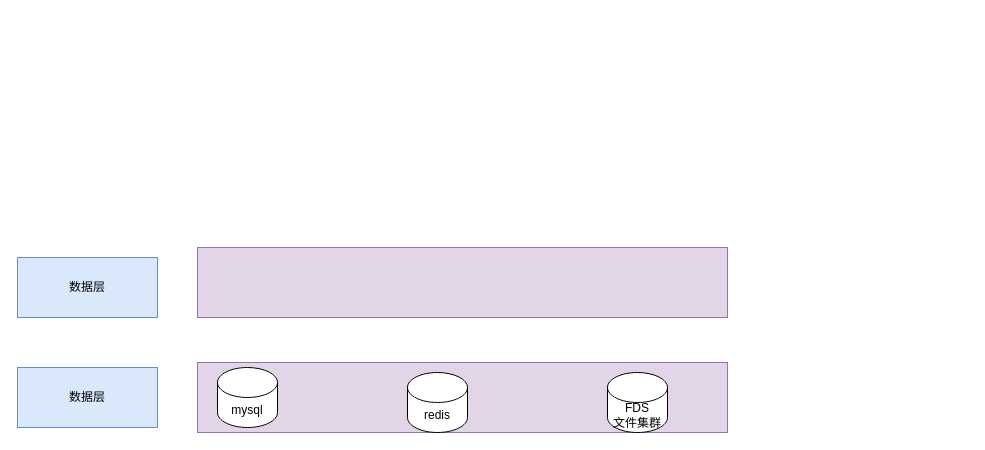
The draw.io diagram picture/xintong.drawio in cruecrue/javastudy, before the edit. Source tidied: cells renumbered, new cells numbered last; positions are measured from the earlier drawing's top-left corner, leaving out a move shared by most shapes. Both pictures are drawn from the tidied source at 100%, with x=0, y=0 at pixel (17, 247).
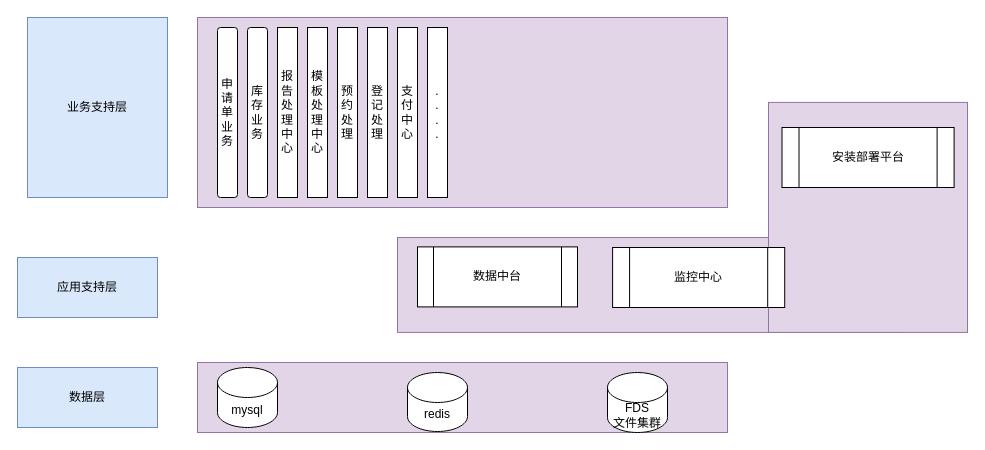
Above is the later version.

Diff of the diagram source:
```diff
@@
+    <mxCell id="9" style="group;" parent="1" vertex="1">
+      <mxGeometry x="380" y="-145.1" width="570" height="230" as="geometry" />
+    </mxCell>
+    <mxCell id="8" style="rounded=0;whiteSpace=wrap;html=1;fillColor=#e1d5e7;strokeColor=#9673a6;" parent="9" vertex="1">
+      <mxGeometry y="135.1" width="505.5" height="94.9" as="geometry" />
+    </mxCell>
+    <mxCell id="10" style="rounded=0;whiteSpace=wrap;html=1;fillColor=#e1d5e7;strokeColor=#9673a6;" parent="9" vertex="1">
+      <mxGeometry x="371" width="199" height="230" as="geometry" />
+    </mxCell>
+    <mxCell id="11" value="监控中心" style="shape=process;whiteSpace=wrap;html=1;backgroundOutline=1;" parent="9" vertex="1">
+      <mxGeometry x="215.1" y="145.1" width="172.1" height="60" as="geometry" />
+    </mxCell>
+    <mxCell id="12" value="安装部署平台" style="shape=process;whiteSpace=wrap;html=1;backgroundOutline=1;" parent="9" vertex="1">
+      <mxGeometry x="384.5" y="25.1" width="172.1" height="60" as="geometry" />
+    </mxCell>
@@
     <mxCell id="5" value="redis" style="shape=cylinder3;whiteSpace=wrap;html=1;boundedLbl=1;backgroundOutline=1;size=15;" parent="1" vertex="1">
-      <mxGeometry x="390" y="125" width="60" height="60" as="geometry" />
+      <mxGeometry x="390" y="125" width="60" height="59" as="geometry" />
     </mxCell>
@@
-    <mxCell id="7" value="数据层" style="rounded=0;whiteSpace=wrap;html=1;fillColor=#dae8fc;strokeColor=#6c8ebf;" parent="1" vertex="1">
+    <mxCell id="7" value="应用支持层" style="rounded=0;whiteSpace=wrap;html=1;fillColor=#dae8fc;strokeColor=#6c8ebf;" parent="1" vertex="1">
       <mxGeometry y="10" width="140" height="60" as="geometry" />
     </mxCell>
-    <mxCell id="8" style="rounded=0;whiteSpace=wrap;html=1;fillColor=#e1d5e7;strokeColor=#9673a6;" parent="1" vertex="1">
-      <mxGeometry x="180" width="530" height="70" as="geometry" />
-    </mxCell>
+    <mxCell id="13" style="rounded=0;whiteSpace=wrap;html=1;fillColor=#e1d5e7;strokeColor=#9673a6;" parent="1" vertex="1">
+      <mxGeometry x="180" y="-230" width="530" height="190" as="geometry" />
+    </mxCell>
+    <mxCell id="14" value="数据中台" style="shape=process;whiteSpace=wrap;html=1;backgroundOutline=1;" parent="1" vertex="1">
+      <mxGeometry x="400" y="-0.6" width="160" height="60" as="geometry" />
+    </mxCell>
+    <mxCell id="15" value="业务支持层" style="rounded=0;whiteSpace=wrap;html=1;fillColor=#dae8fc;strokeColor=#6c8ebf;" parent="1" vertex="1">
+      <mxGeometry x="10" y="-230" width="140" height="180" as="geometry" />
+    </mxCell>
+    <mxCell id="16" value="申请单业务" style="rounded=1;whiteSpace=wrap;html=1;" parent="1" vertex="1">
+      <mxGeometry x="200" y="-220" width="20" height="170" as="geometry" />
+    </mxCell>
+    <mxCell id="17" value="库存&lt;br&gt;业务" style="rounded=1;whiteSpace=wrap;html=1;" parent="1" vertex="1">
+      <mxGeometry x="230" y="-220" width="20" height="170" as="geometry" />
+    </mxCell>
+    <mxCell id="18" value="报告处理中心" style="rounded=1;whiteSpace=wrap;html=1;arcSize=0;" parent="1" vertex="1">
+      <mxGeometry x="260" y="-220" width="20" height="170" as="geometry" />
+    </mxCell>
+    <mxCell id="19" value="模板处理中心" style="rounded=1;whiteSpace=wrap;html=1;arcSize=0;" parent="1" vertex="1">
+      <mxGeometry x="290" y="-220" width="20" height="170" as="geometry" />
+    </mxCell>
+    <mxCell id="20" value="预约处理" style="rounded=1;whiteSpace=wrap;html=1;arcSize=0;" parent="1" vertex="1">
+      <mxGeometry x="320" y="-220" width="20" height="170" as="geometry" />
+    </mxCell>
+    <mxCell id="21" value="登记处理" style="rounded=1;whiteSpace=wrap;html=1;arcSize=0;" parent="1" vertex="1">
+      <mxGeometry x="350" y="-220" width="20" height="170" as="geometry" />
+    </mxCell>
+    <mxCell id="22" value="支付中心" style="rounded=1;whiteSpace=wrap;html=1;arcSize=0;" parent="1" vertex="1">
+      <mxGeometry x="380" y="-220" width="20" height="170" as="geometry" />
+    </mxCell>
+    <mxCell id="23" value=".&lt;br&gt;.&lt;br&gt;.&lt;br&gt;." style="rounded=1;whiteSpace=wrap;html=1;arcSize=0;" parent="1" vertex="1">
+      <mxGeometry x="410" y="-220" width="20" height="170" as="geometry" />
+    </mxCell>
```
